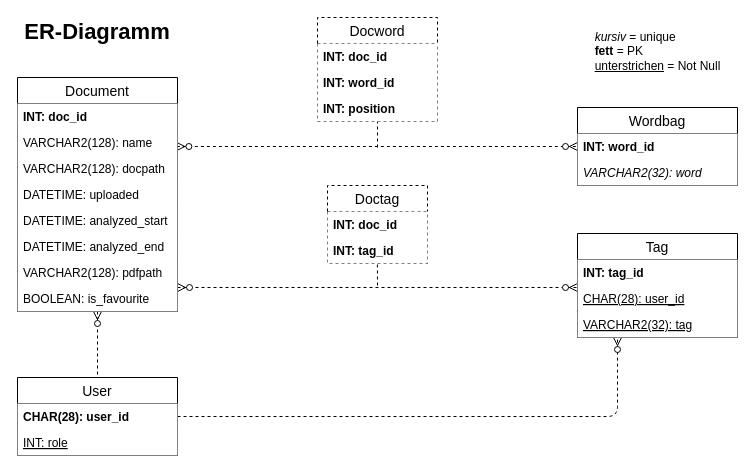
The draw.io diagram page "ER-Diagramm" (3 of 3) of docs/Overview/resources/Diagramme/doc-ver_Diagramme.drawio in doc-ver/Doku, before the edit. Source tidied: cells renumbered, new cells numbered last; positions are measured from the earlier drawing's top-left corner, leaving out a move shared by most shapes. Both pictures are drawn from the tidied source at 100%, with x=0, y=0 at pixel (17, 17).
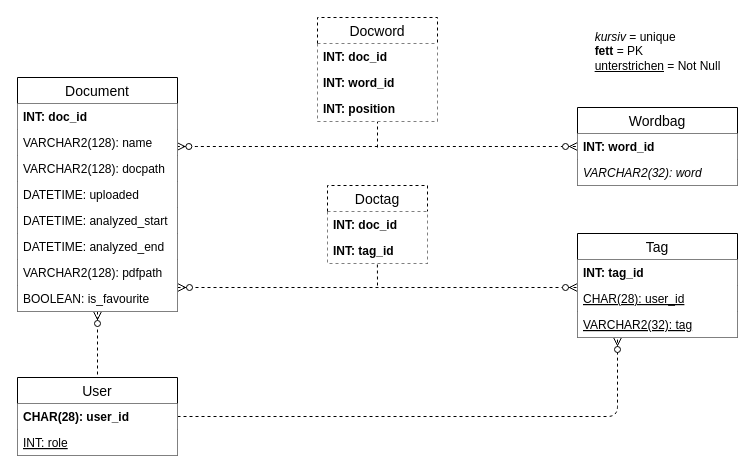
The same page after the edit.

Change to the diagram source:
```diff
@@
-    <mxCell id="4" value="ER-Diagramm" style="text;html=1;strokeColor=none;fillColor=none;align=center;verticalAlign=middle;whiteSpace=wrap;rounded=0;fontSize=22;fontStyle=1;" parent="1" vertex="1">
-      <mxGeometry x="5" width="150" height="30" as="geometry" />
-    </mxCell>
```
